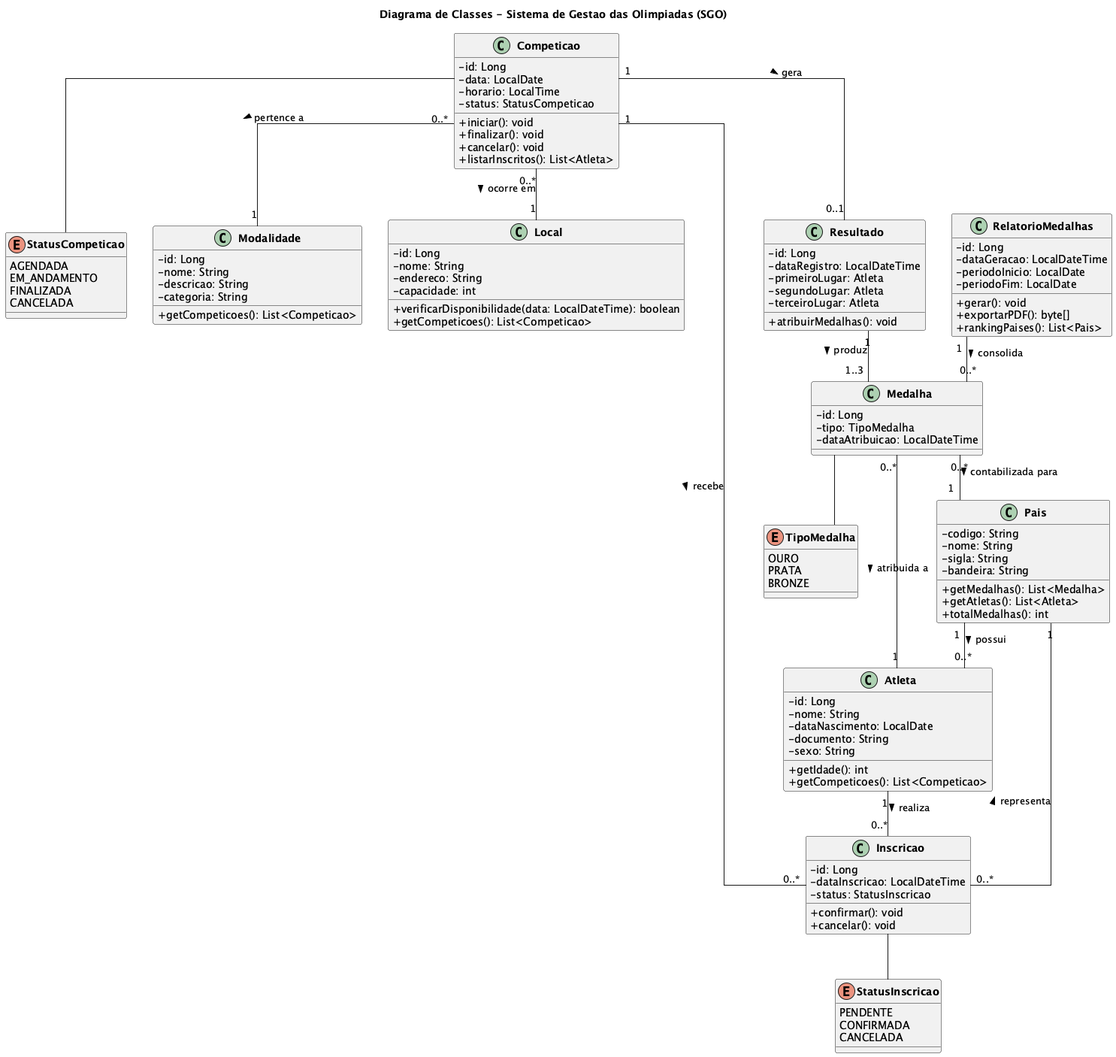
The PlantUML diagram imagens/diagrama-de-classes.png in MirandaSls/Trabalho-SGO, before a commit. Its diagram source:
```plantuml
@startuml diagrama-de-classes
title Diagrama de Classes - Sistema de Gestao das Olimpiadas (SGO)

skinparam classAttributeIconSize 0
skinparam classFontStyle bold
skinparam linetype ortho

enum TipoMedalha {
  OURO
  PRATA
  BRONZE
}

enum StatusCompeticao {
  AGENDADA
  EM_ANDAMENTO
  FINALIZADA
  CANCELADA
}

enum StatusInscricao {
  PENDENTE
  CONFIRMADA
  CANCELADA
}

class Pais {
  - codigo: String
  - nome: String
  - sigla: String
  - bandeira: String
  + getMedalhas(): List<Medalha>
  + getAtletas(): List<Atleta>
  + totalMedalhas(): int
}

class Atleta {
  - id: Long
  - nome: String
  - dataNascimento: LocalDate
  - documento: String
  - sexo: String
  + getIdade(): int
  + getCompeticoes(): List<Competicao>
}

class Modalidade {
  - id: Long
  - nome: String
  - descricao: String
  - categoria: String
  + getCompeticoes(): List<Competicao>
}

class Local {
  - id: Long
  - nome: String
  - endereco: String
  - capacidade: int
  + verificarDisponibilidade(data: LocalDateTime): boolean
  + getCompeticoes(): List<Competicao>
}

class Competicao {
  - id: Long
  - data: LocalDate
  - horario: LocalTime
  - status: StatusCompeticao
  + iniciar(): void
  + finalizar(): void
  + cancelar(): void
  + listarInscritos(): List<Atleta>
}

class Inscricao {
  - id: Long
  - dataInscricao: LocalDateTime
  - status: StatusInscricao
  + confirmar(): void
  + cancelar(): void
}

class Resultado {
  - id: Long
  - dataRegistro: LocalDateTime
  - primeiroLugar: Atleta
  - segundoLugar: Atleta
  - terceiroLugar: Atleta
  + atribuirMedalhas(): void
}

class Medalha {
  - id: Long
  - tipo: TipoMedalha
  - dataAtribuicao: LocalDateTime
}

class RelatorioMedalhas {
  - id: Long
  - dataGeracao: LocalDateTime
  - periodoInicio: LocalDate
  - periodoFim: LocalDate
  + gerar(): void
  + exportarPDF(): byte[]
  + rankingPaises(): List<Pais>
}

Pais "1" -- "0..*" Atleta : possui >
Atleta "1" -- "0..*" Inscricao : realiza >
Competicao "1" -- "0..*" Inscricao : recebe >
Inscricao "0..*" -- "1" Pais : representa >

Competicao "0..*" -- "1" Modalidade : pertence a >
Competicao "0..*" -- "1" Local : ocorre em >
Competicao "1" -- "0..1" Resultado : gera >

Resultado "1" -- "1..3" Medalha : produz >
Medalha "0..*" -- "1" Atleta : atribuida a >
Medalha "0..*" -- "1" Pais : contabilizada para >

RelatorioMedalhas "1" -- "0..*" Medalha : consolida >

Competicao -- StatusCompeticao
Inscricao -- StatusInscricao
Medalha -- TipoMedalha

@enduml
```
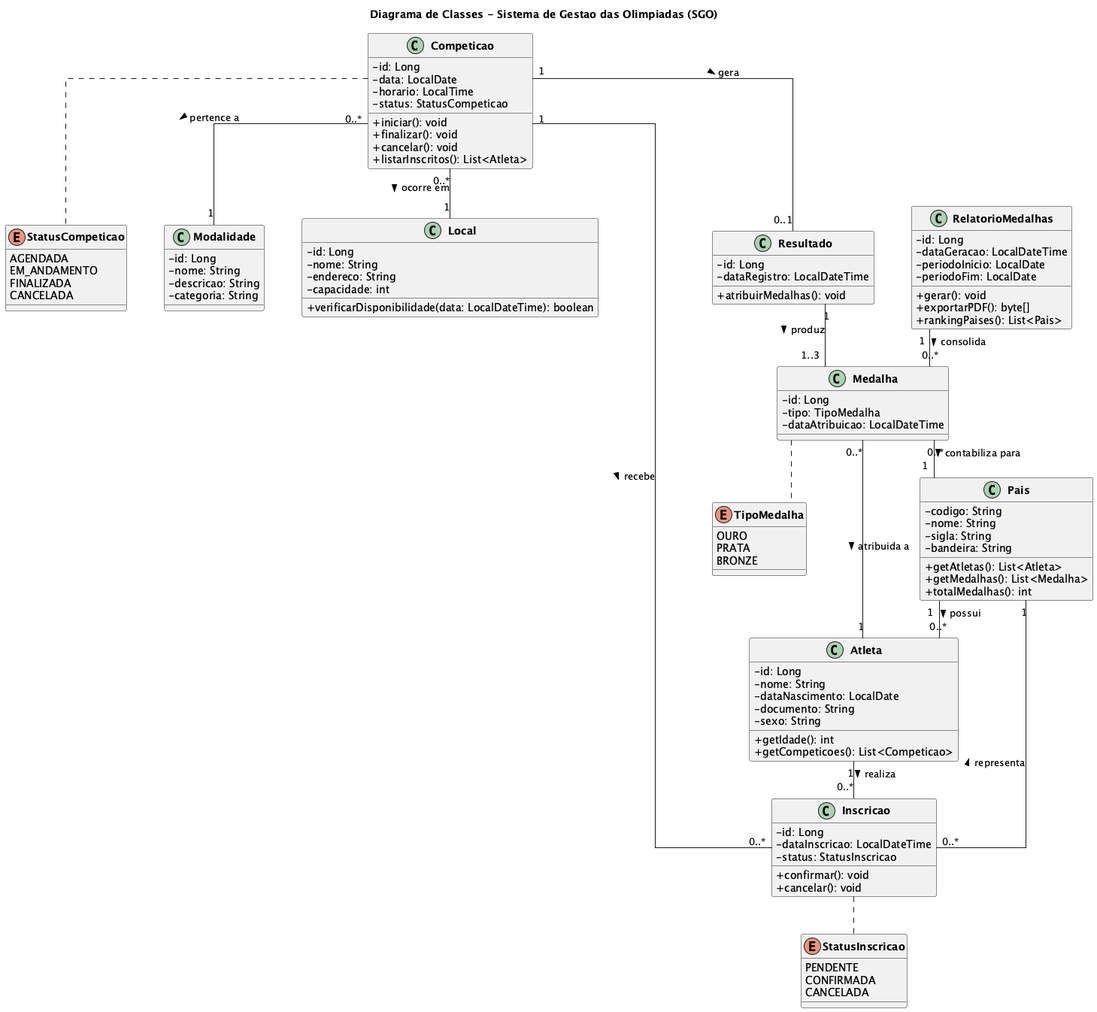
Above is the later version.

What changed in the source:
```diff
@@ -4,6 +4,8 @@
 skinparam classAttributeIconSize 0
 skinparam classFontStyle bold
 skinparam linetype ortho
+skinparam nodesep 50
+skinparam ranksep 50
 
 enum TipoMedalha {
   OURO
@@ -29,8 +31,8 @@
   - nome: String
   - sigla: String
   - bandeira: String
+  + getAtletas(): List<Atleta>
   + getMedalhas(): List<Medalha>
-  + getAtletas(): List<Atleta>
   + totalMedalhas(): int
 }
 
@@ -49,7 +51,6 @@
   - nome: String
   - descricao: String
   - categoria: String
-  + getCompeticoes(): List<Competicao>
 }
 
 class Local {
@@ -58,7 +59,6 @@
   - endereco: String
   - capacidade: int
   + verificarDisponibilidade(data: LocalDateTime): boolean
-  + getCompeticoes(): List<Competicao>
 }
 
 class Competicao {
@@ -83,9 +83,6 @@
 class Resultado {
   - id: Long
   - dataRegistro: LocalDateTime
-  - primeiroLugar: Atleta
-  - segundoLugar: Atleta
-  - terceiroLugar: Atleta
   + atribuirMedalhas(): void
 }
 
@@ -116,12 +113,12 @@
 
 Resultado "1" -- "1..3" Medalha : produz >
 Medalha "0..*" -- "1" Atleta : atribuida a >
-Medalha "0..*" -- "1" Pais : contabilizada para >
+Medalha "0..*" -- "1" Pais : contabiliza para >
 
 RelatorioMedalhas "1" -- "0..*" Medalha : consolida >
 
-Competicao -- StatusCompeticao
-Inscricao -- StatusInscricao
-Medalha -- TipoMedalha
+Competicao -[dashed]- StatusCompeticao
+Inscricao  -[dashed]- StatusInscricao
+Medalha    -[dashed]- TipoMedalha
 
 @enduml
```
